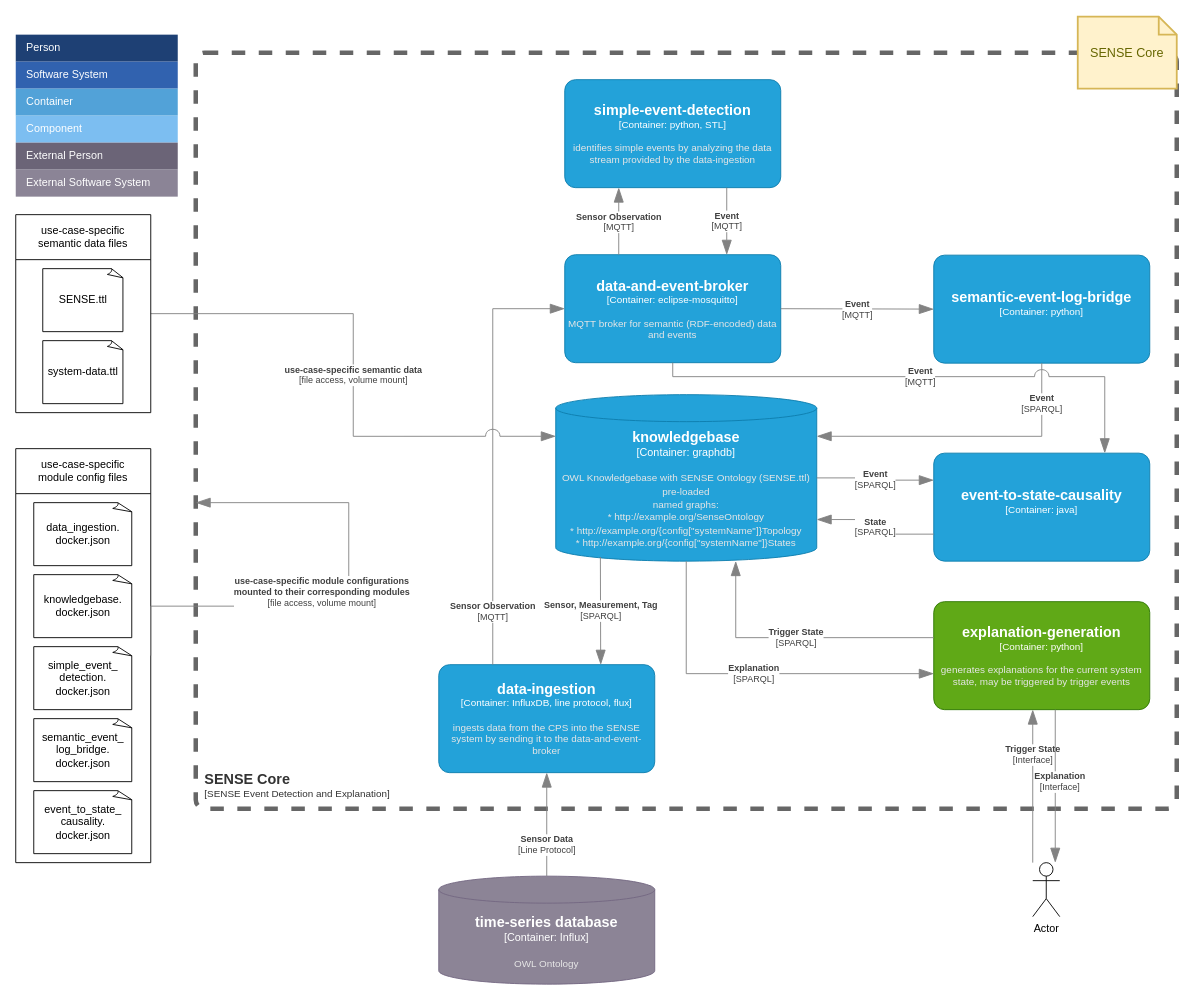
Above: page "Level2-ContainerDiagram" (2 of 4) of doc/SENSE-Core-C4-Model.drawio in wu-semsys/SENSE-Core (draw.io), before the change. Source tidied: cells renumbered, new cells numbered last; positions are measured from the earlier drawing's top-left corner, leaving out a move shared by most shapes. Both pictures are drawn from the tidied source at 90%, with x=0, y=0 at pixel (15, 16).
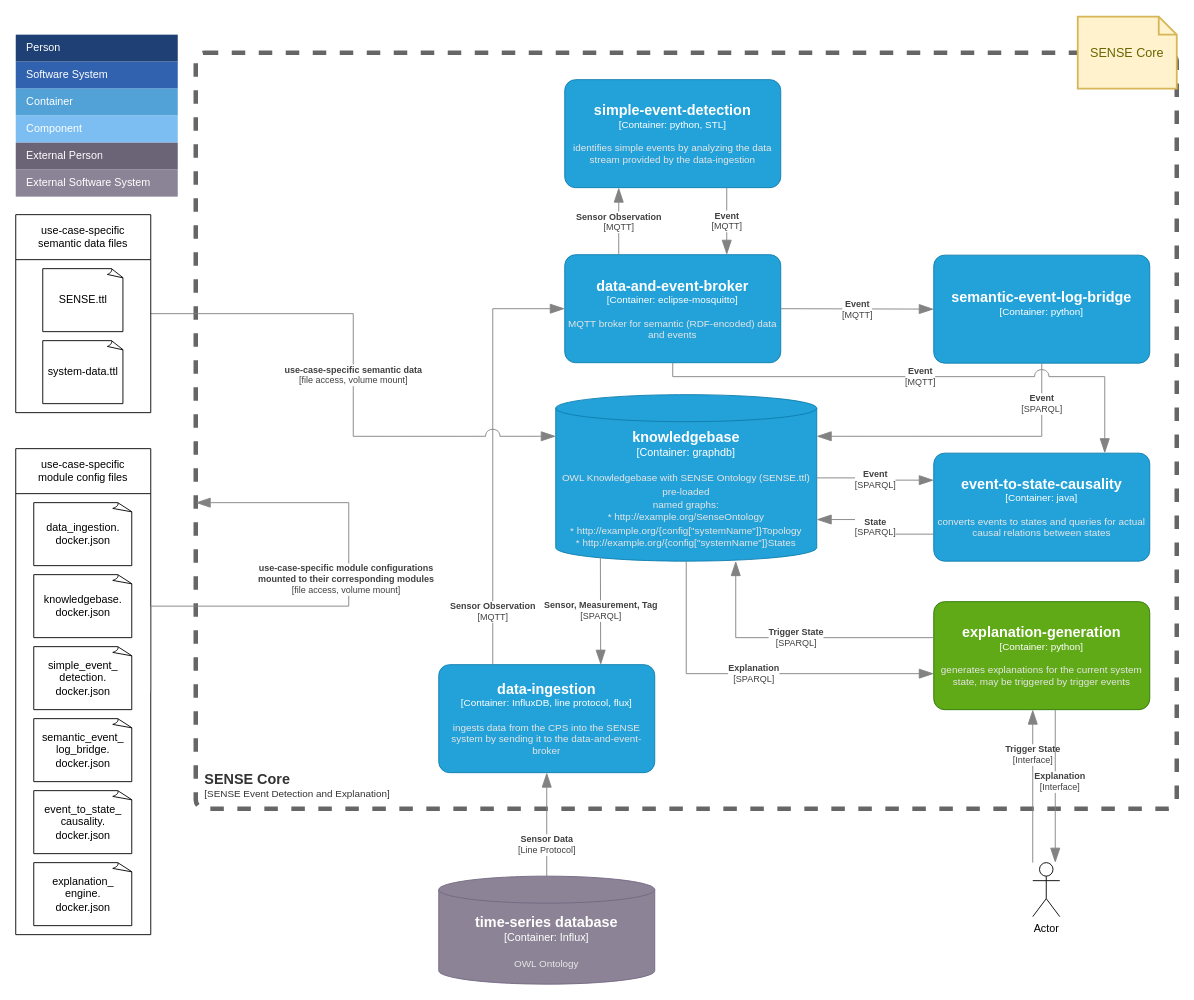
Above is the later version.

Commit message (it also covers changes not shown here):
Update Container Diagram

Diff of the diagram source:
```diff
@@
-    <object id="17" label="&lt;font style=&quot;font-size: 16px&quot;&gt;&lt;b&gt;%c4Name%&lt;/b&gt;&lt;/font&gt;&lt;div&gt;[%c4Type%: %c4Technology%]&lt;/div&gt;&lt;br&gt;&lt;div&gt;&lt;font style=&quot;font-size: 11px&quot;&gt;&lt;font color=&quot;#E6E6E6&quot;&gt;%c4Description%&lt;/font&gt;&lt;/div&gt;" c4Description="" c4Name="event-to-state-causality" c4Technology="java" c4Type="Container" placeholders="1">
+    <object id="17" label="&lt;font style=&quot;font-size: 16px&quot;&gt;&lt;b&gt;%c4Name%&lt;/b&gt;&lt;/font&gt;&lt;div&gt;[%c4Type%: %c4Technology%]&lt;/div&gt;&lt;br&gt;&lt;div&gt;&lt;font style=&quot;font-size: 11px&quot;&gt;&lt;font color=&quot;#E6E6E6&quot;&gt;%c4Description%&lt;/font&gt;&lt;/div&gt;" c4Description="converts events to states and queries for actual causal relations between states" c4Name="event-to-state-causality" c4Technology="java" c4Type="Container" placeholders="1">
       <mxCell style="rounded=1;whiteSpace=wrap;html=1;fontSize=11;labelBackgroundColor=none;fillColor=#23A2D9;fontColor=#ffffff;align=center;arcSize=10;strokeColor=#0E7DAD;points=[[0.25,0,0],[0.5,0,0],[0.75,0,0],[1,0.25,0],[1,0.5,0],[1,0.75,0],[0.75,1,0],[0.5,1,0],[0.25,1,0],[0,0.75,0],[0,0.5,0],[0,0.25,0]];" parent="1" vertex="1">
         <mxGeometry x="1020" y="485" width="240" height="120" as="geometry" />
       </mxCell>
     </object>
@@
     <mxCell id="33" value="&lt;span style=&quot;font-weight: 400; text-wrap: nowrap; background-color: rgb(255, 255, 255);&quot;&gt;use-case-specific&lt;/span&gt;&lt;div&gt;&lt;span style=&quot;font-weight: 400; text-wrap: nowrap; background-color: rgb(255, 255, 255);&quot;&gt;module config files&lt;/span&gt;&lt;/div&gt;" style="swimlane;whiteSpace=wrap;html=1;startSize=50;" parent="1" vertex="1">
-      <mxGeometry y="480" width="150" height="460" as="geometry" />
+      <mxGeometry y="480" width="150" height="540" as="geometry" />
     </mxCell>
@@
+    <mxCell id="45" value="explanation_&lt;br&gt;engine.&lt;br&gt;docker.json" style="whiteSpace=wrap;html=1;shape=mxgraph.basic.document;" parent="33" vertex="1">
+      <mxGeometry x="20" y="460" width="110" height="70" as="geometry" />
+    </mxCell>
```
